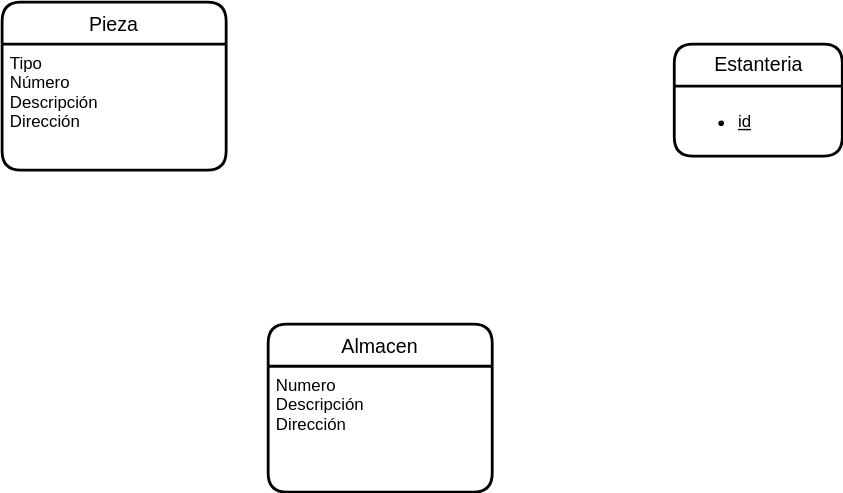
Earlier version of the draw.io export UD12-5.svg (Jimxx22/C3-UD11-UML). Source tidied: cells renumbered, new cells last; positions are measured from the earlier drawing's top-left corner, leaving out a move shared by most shapes.
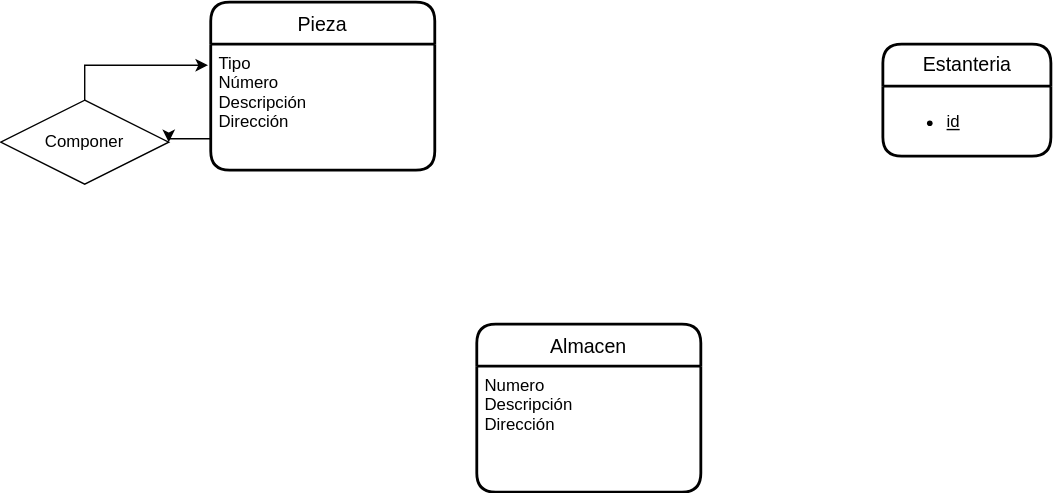
Above is the later version.

What changed in the source:
```diff
@@ -20,5 +20,14 @@
     <mxCell id="7" value="&lt;ul&gt;&lt;li&gt;&lt;u&gt;id&lt;/u&gt;&lt;/li&gt;&lt;/ul&gt;" style="align=left;strokeColor=none;fillColor=none;spacingLeft=4;fontSize=12;verticalAlign=top;rounded=0;glass=0;html=1;" parent="6" vertex="1">
       <mxGeometry y="30" width="120" height="50" as="geometry" />
     </mxCell>
+    <mxCell id="8" style="edgeStyle=orthogonalEdgeStyle;rounded=0;jettySize=auto;html=1;exitX=0.5;exitY=0;exitDx=0;exitDy=0;entryX=-0.012;entryY=0.167;entryDx=0;entryDy=0;entryPerimeter=0;" parent="1" edge="1" source="9" target="3">
+      <mxGeometry relative="1" as="geometry" />
+    </mxCell>
+    <mxCell id="9" value="&lt;div&gt;Componer&lt;/div&gt;" style="shape=rhombus;perimeter=rhombusPerimeter;whiteSpace=wrap;html=1;align=center;" parent="1" vertex="1">
+      <mxGeometry x="-150" y="70" width="120" height="60" as="geometry" />
+    </mxCell>
+    <mxCell id="10" style="edgeStyle=orthogonalEdgeStyle;rounded=0;jettySize=auto;html=1;exitX=0;exitY=0.75;exitDx=0;exitDy=0;entryX=1;entryY=0.5;entryDx=0;entryDy=0;" parent="1" edge="1" source="3" target="9">
+      <mxGeometry relative="1" as="geometry" />
+    </mxCell>
   </root>
 </mxGraphModel>
```
